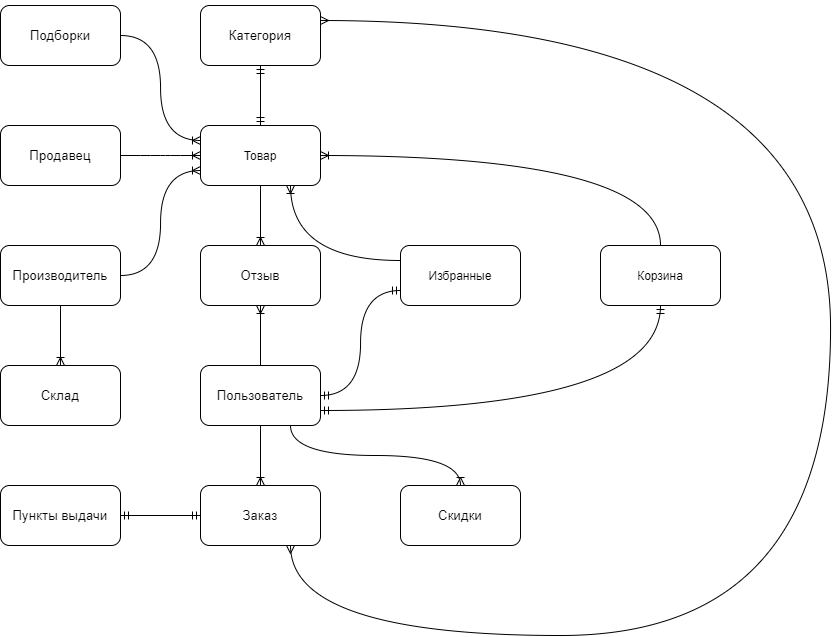
The draw.io diagram Marketplace.png in festralm/11-904_DataBase_2_course, before a commit. Source tidied: cells renumbered, new cells last; positions are measured from the earlier drawing's top-left corner, leaving out a move shared by most shapes.
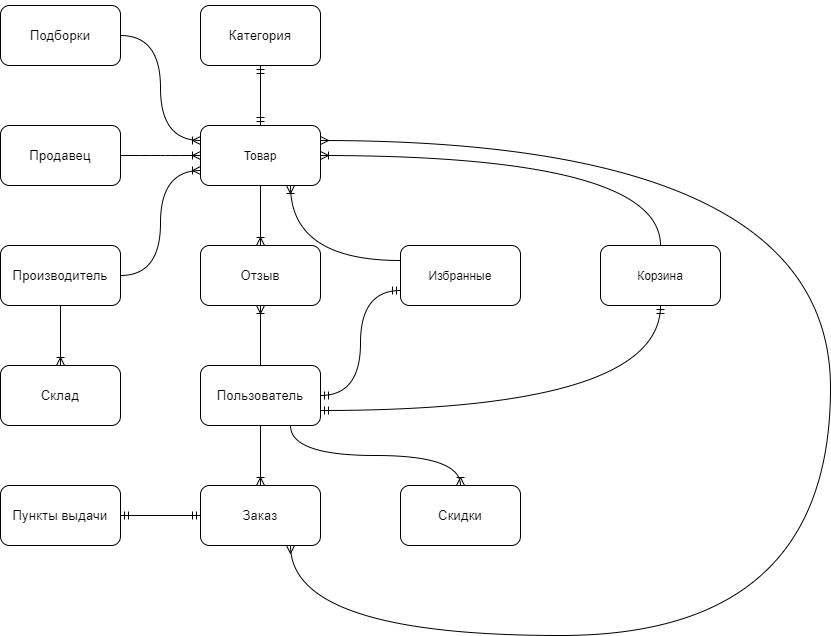
After the commit.

Change to the diagram source:
```diff
@@ -83,12 +83,12 @@
     <mxCell id="28" style="edgeStyle=orthogonalEdgeStyle;fontSize=12;html=1;endArrow=ERmandOne;startArrow=ERmandOne;curved=1;exitX=1;exitY=0.5;exitDx=0;exitDy=0;entryX=0;entryY=0.5;entryDx=0;entryDy=0;" parent="1" edge="1" source="6" target="10">
       <mxGeometry relative="1" as="geometry" />
     </mxCell>
-    <mxCell id="29" style="edgeStyle=orthogonalEdgeStyle;fontSize=12;html=1;endArrow=ERmany;startArrow=ERmany;entryX=1;entryY=0.25;entryDx=0;entryDy=0;exitX=0.75;exitY=1;exitDx=0;exitDy=0;curved=1;" parent="1" edge="1" source="10" target="8">
+    <mxCell id="29" style="edgeStyle=orthogonalEdgeStyle;fontSize=12;html=1;endArrow=ERmany;startArrow=ERmany;entryX=1;entryY=0.25;entryDx=0;entryDy=0;exitX=0.75;exitY=1;exitDx=0;exitDy=0;curved=1;" parent="1" edge="1" source="10" target="2">
       <mxGeometry relative="1" as="geometry">
         <Array as="points">
           <mxPoint x="290" y="630" />
           <mxPoint x="830" y="630" />
-          <mxPoint x="830" y="15" />
+          <mxPoint x="830" y="135" />
         </Array>
       </mxGeometry>
     </mxCell>
```
